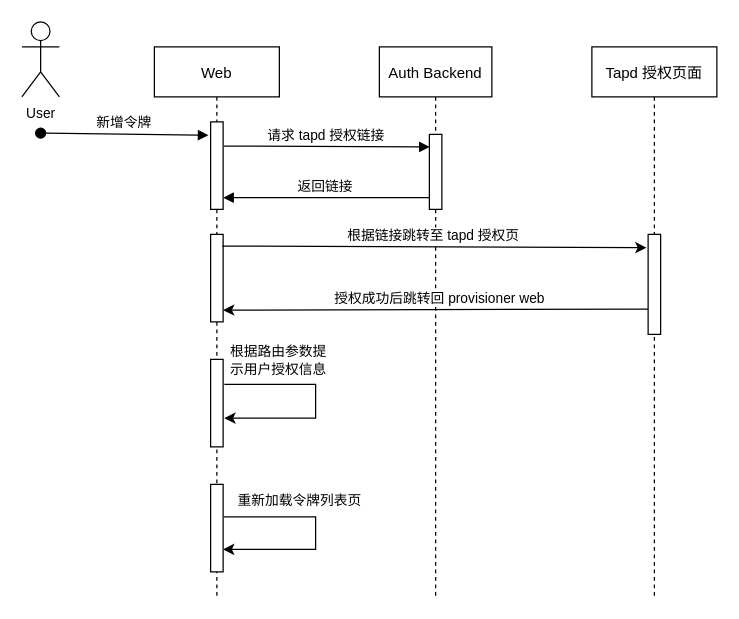
This is Untitled Diagram.drawio from delaprada/draw.io, a draw.io file, before an edit. Source tidied: cells renumbered, new cells numbered last; positions are measured from the earlier drawing's top-left corner, leaving out a move shared by most shapes. Both pictures are drawn from the tidied source at 125%, with x=0, y=0 at pixel (21, 21).
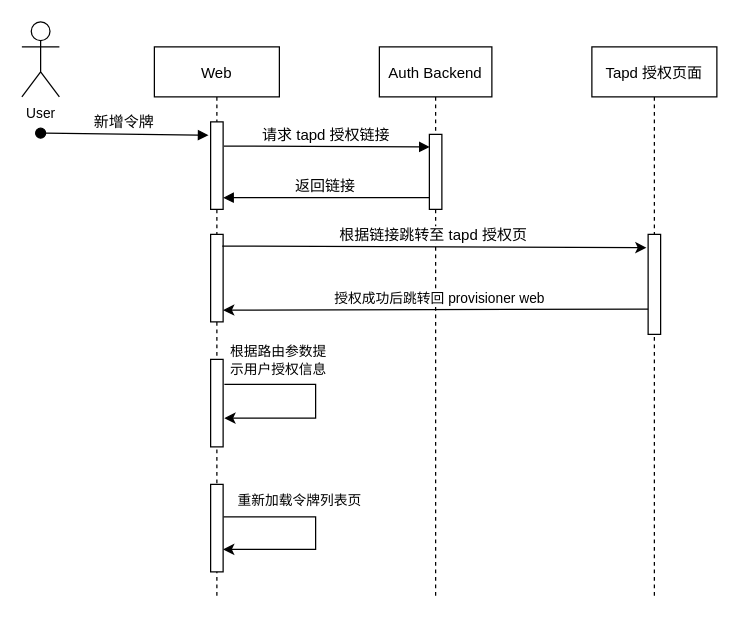
After the change.

Commit message:
adjust font size

The change refers to these unchanged cells:
```xml
<mxCell id="2" value="Web" style="shape=umlLifeline;perimeter=lifelinePerimeter;rounded=0;shadow=0;strokeWidth=1;" parent="1" vertex="1">
  <mxGeometry x="106" y="20" width="100" height="440" as="geometry" />
</mxCell>
<mxCell id="5" style="points=[];perimeter=orthogonalPerimeter;rounded=0;shadow=0;strokeWidth=1;" parent="2" vertex="1">
  <mxGeometry x="45" y="60" width="10" height="70" as="geometry" />
</mxCell>
<mxCell id="13" style="points=[];perimeter=orthogonalPerimeter;rounded=0;shadow=0;strokeWidth=1;" parent="12" vertex="1">
  <mxGeometry x="40" y="70" width="10" height="60" as="geometry" />
</mxCell>
<mxCell id="20" style="endArrow=classic;html=1;rounded=0;exitX=0.933;exitY=0.133;exitDx=0;exitDy=0;exitPerimeter=0;entryX=-0.133;entryY=0.133;entryDx=0;entryDy=0;entryPerimeter=0;" parent="1" edge="1" source="6" target="17">
  <mxGeometry relative="1" as="geometry" />
</mxCell>
```

Change to the diagram source:
```diff
@@
-    <mxCell id="4" value="新增令牌" style="verticalAlign=bottom;startArrow=oval;endArrow=block;startSize=8;shadow=0;strokeWidth=1;fontSize=11;entryX=-0.167;entryY=0.152;entryDx=0;entryDy=0;entryPerimeter=0;" parent="2" edge="1" target="5">
+    <mxCell id="4" value="新增令牌" style="verticalAlign=bottom;startArrow=oval;endArrow=block;startSize=8;shadow=0;strokeWidth=1;fontSize=12;entryX=-0.167;entryY=0.152;entryDx=0;entryDy=0;entryPerimeter=0;" parent="2" edge="1" target="5">
       <mxGeometry relative="1" as="geometry">
         <mxPoint x="-91" y="69" as="sourcePoint" />
       </mxGeometry>
     </mxCell>
@@
-    <mxCell id="14" value="请求 tapd 授权链接" style="verticalAlign=bottom;endArrow=block;entryX=0.033;entryY=0.167;shadow=0;strokeWidth=1;exitX=1.067;exitY=0.276;exitDx=0;exitDy=0;exitPerimeter=0;entryDx=0;entryDy=0;entryPerimeter=0;fontSize=11;" parent="1" edge="1" source="5" target="13">
+    <mxCell id="14" value="请求 tapd 授权链接" style="verticalAlign=bottom;endArrow=block;entryX=0.033;entryY=0.167;shadow=0;strokeWidth=1;exitX=1.067;exitY=0.276;exitDx=0;exitDy=0;exitPerimeter=0;entryDx=0;entryDy=0;entryPerimeter=0;fontSize=12;" parent="1" edge="1" source="5" target="13">
       <mxGeometry relative="1" as="geometry" />
     </mxCell>
-    <mxCell id="15" value="返回链接" style="verticalAlign=bottom;endArrow=block;entryX=1;entryY=0.867;shadow=0;strokeWidth=1;entryDx=0;entryDy=0;entryPerimeter=0;fontSize=11;" parent="1" edge="1" source="13" target="5">
+    <mxCell id="15" value="返回链接" style="verticalAlign=bottom;endArrow=block;entryX=1;entryY=0.867;shadow=0;strokeWidth=1;entryDx=0;entryDy=0;entryPerimeter=0;fontSize=12;" parent="1" edge="1" source="13" target="5">
       <mxGeometry relative="1" as="geometry" />
     </mxCell>
@@
-    <mxCell id="21" value="根据链接跳转至 tapd 授权页" style="edgeLabel;html=1;align=center;verticalAlign=bottom;" parent="20" vertex="1">
+    <mxCell id="21" value="&lt;font style=&quot;font-size: 12px&quot;&gt;根据链接跳转至 tapd 授权页&lt;/font&gt;" style="edgeLabel;html=1;align=center;verticalAlign=bottom;fontSize=10;" parent="20" vertex="1">
       <mxGeometry x="-0.01" y="1" relative="1" as="geometry" />
     </mxCell>
```
